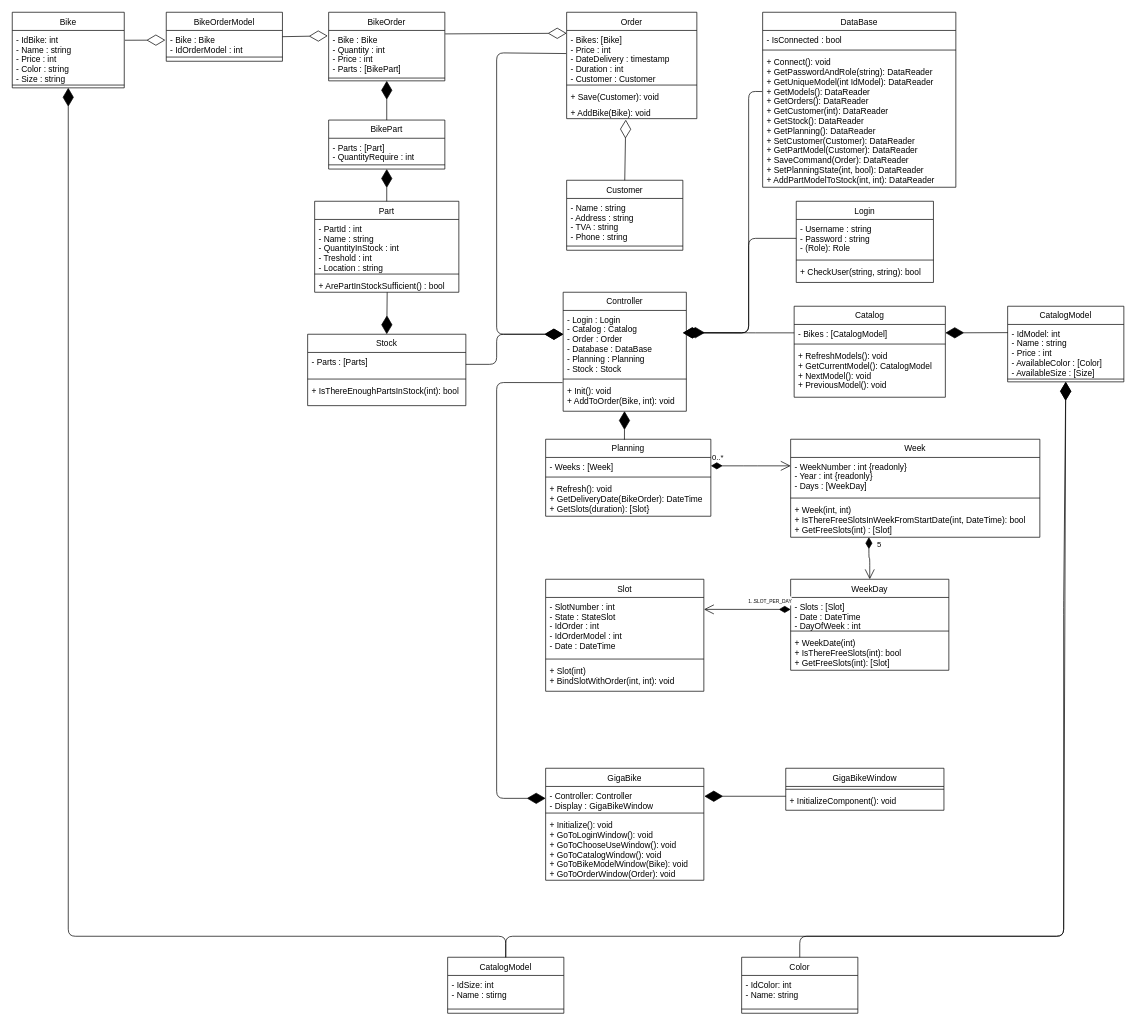
alex210501/GigaBike keeps this draw.io diagram as Diagrams/ClassDiagram.drawio. Above is the earlier version. Source tidied: cells renumbered, new cells numbered last; positions are measured from the earlier drawing's top-left corner, leaving out a move shared by most shapes. Both pictures are drawn from the tidied source at 70%, with x=0, y=0 at pixel (12, 12).
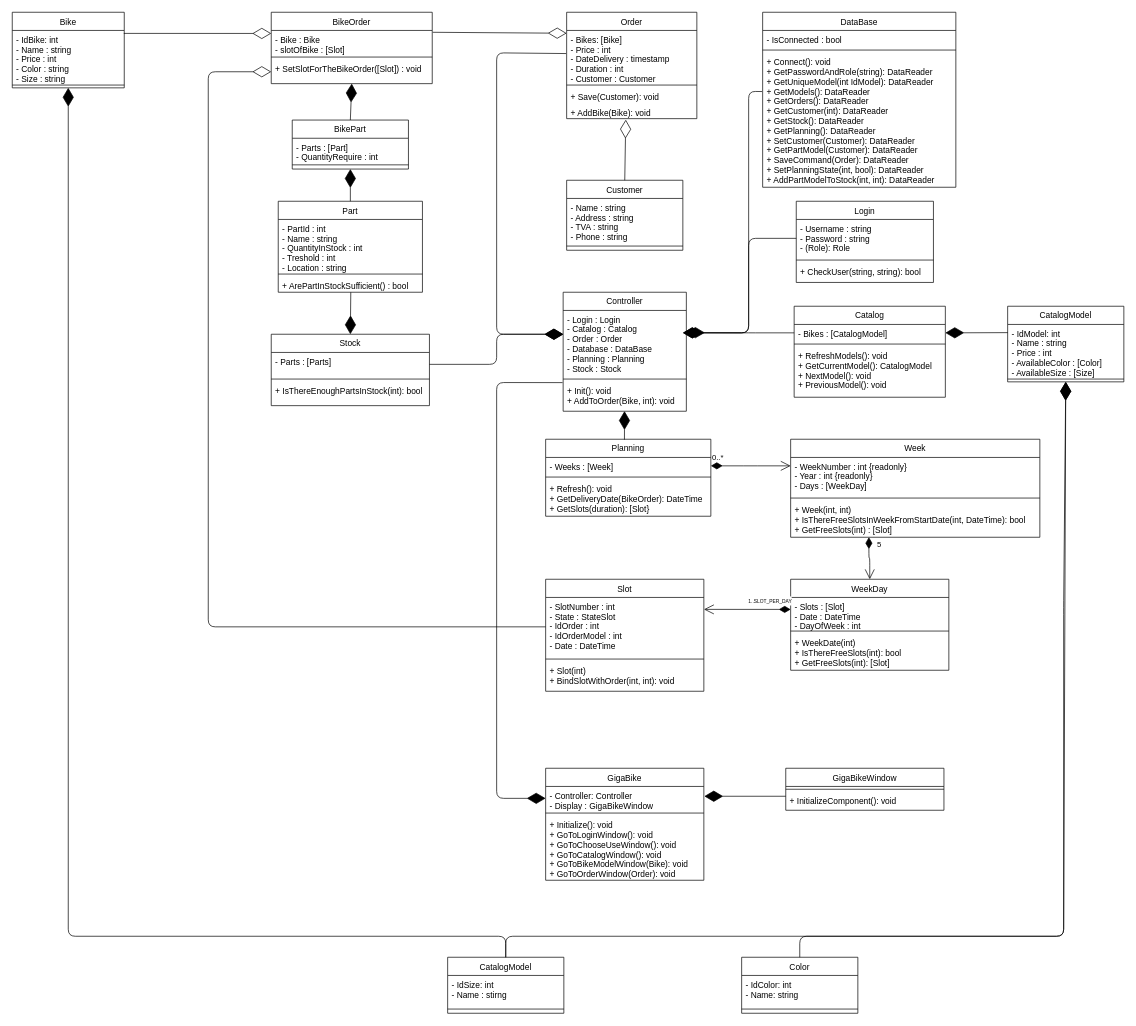
After the change.

Commit message (it also covers changes not shown here):
In the order recap page, display only the quantity of every bike

The change refers to these unchanged cells:
```xml
<mxCell id="24" value="- IdBike: int&#10;- Name : string&#10;- Price : int&#10;- Color : string&#10;- Size : string" style="text;align=left;verticalAlign=top;spacingLeft=4;spacingRight=4;overflow=hidden;points=[[0,0.5],[1,0.5]];portConstraint=eastwest;" parent="23" vertex="1">
  <mxGeometry y="26" width="160" height="74" as="geometry" />
</mxCell>
<mxCell id="75" value="- SlotNumber : int&#10;- State : StateSlot&#10;- IdOrder : int&#10;- IdOrderModel : int&#10;- Date : DateTime" style="text;align=left;verticalAlign=top;spacingLeft=4;spacingRight=4;overflow=hidden;points=[[0,0.5],[1,0.5]];portConstraint=eastwest;" parent="74" vertex="1">
  <mxGeometry y="26" width="226" height="84" as="geometry" />
</mxCell>
```

What changed in the source:
```diff
@@
     <mxCell id="61" value="BikeOrder" style="swimlane;fontStyle=0;align=center;verticalAlign=top;horizontal=1;startSize=26;rounded=0;shadow=0;strokeWidth=1;" parent="1" vertex="1">
-      <mxGeometry x="452" width="166" height="98" as="geometry" />
+      <mxGeometry x="370" width="230" height="102" as="geometry" />
     </mxCell>
-    <mxCell id="62" value="- Bike : Bike&#10;- Quantity : int&#10;- Price : int&#10;- Parts : [BikePart]" style="text;align=left;verticalAlign=top;spacingLeft=4;spacingRight=4;overflow=hidden;points=[[0,0.5],[1,0.5]];portConstraint=eastwest;" parent="61" vertex="1">
-      <mxGeometry y="26" width="166" height="64" as="geometry" />
+    <mxCell id="62" value="- Bike : Bike&#10;- slotOfBike : [Slot]&#10;" style="text;align=left;verticalAlign=top;spacingLeft=4;spacingRight=4;overflow=hidden;points=[[0,0.5],[1,0.5]];portConstraint=eastwest;" parent="61" vertex="1">
+      <mxGeometry y="26" width="230" height="34" as="geometry" />
     </mxCell>
     <mxCell id="63" style="line;html=1;strokeWidth=1;align=left;verticalAlign=middle;spacingTop=-1;spacingLeft=3;spacingRight=3;labelPosition=right;" parent="61" vertex="1">
-      <mxGeometry y="90" width="166" height="8" as="geometry" />
+      <mxGeometry y="60" width="230" height="8" as="geometry" />
     </mxCell>
-    <mxCell id="64" style="endArrow=diamondThin;endFill=0;endSize=24;html=1;entryX=-0.008;entryY=0.406;entryDx=0;entryDy=0;entryPerimeter=0;exitX=1.006;exitY=0.189;exitDx=0;exitDy=0;exitPerimeter=0;" parent="1" edge="1" source="24" target="97">
-      <mxGeometry relative="1" as="geometry" />
-    </mxCell>
+    <mxCell id="100" value="+ SetSlotForTheBikeOrder([Slot]) : void&#10;" style="text;align=left;verticalAlign=top;spacingLeft=4;spacingRight=4;overflow=hidden;points=[[0,0.5],[1,0.5]];portConstraint=eastwest;" parent="61" vertex="1">
+      <mxGeometry y="68" width="230" height="34" as="geometry" />
+    </mxCell>
@@
     <mxCell id="81" value="BikePart" style="swimlane;fontStyle=0;align=center;verticalAlign=top;horizontal=1;startSize=26;rounded=0;shadow=0;strokeWidth=1;" parent="1" vertex="1">
-      <mxGeometry x="452" y="154" width="166" height="70" as="geometry" />
+      <mxGeometry x="400" y="154" width="166" height="70" as="geometry" />
     </mxCell>
@@
     <mxCell id="84" value="Part" style="swimlane;fontStyle=0;align=center;verticalAlign=top;horizontal=1;startSize=26;rounded=0;shadow=0;strokeWidth=1;" parent="1" vertex="1">
-      <mxGeometry x="432" y="270" width="206" height="130" as="geometry" />
+      <mxGeometry x="380" y="270" width="206" height="130" as="geometry" />
     </mxCell>
@@
     <mxCell id="88" value="Stock" style="swimlane;fontStyle=0;align=center;verticalAlign=top;horizontal=1;startSize=26;rounded=0;shadow=0;strokeWidth=1;" parent="1" vertex="1">
-      <mxGeometry x="422" y="460" width="226" height="102" as="geometry" />
+      <mxGeometry x="370" y="460" width="226" height="102" as="geometry" />
     </mxCell>
@@
-    <mxCell id="96" value="BikeOrderModel" style="swimlane;fontStyle=0;align=center;verticalAlign=top;horizontal=1;startSize=26;rounded=0;shadow=0;strokeWidth=1;" parent="1" vertex="1">
-      <mxGeometry x="220" width="166" height="70" as="geometry" />
-    </mxCell>
-    <mxCell id="97" value="- Bike : Bike&#10;- IdOrderModel : int" style="text;align=left;verticalAlign=top;spacingLeft=4;spacingRight=4;overflow=hidden;points=[[0,0.5],[1,0.5]];portConstraint=eastwest;" parent="96" vertex="1">
-      <mxGeometry y="26" width="166" height="34" as="geometry" />
-    </mxCell>
-    <mxCell id="98" style="line;html=1;strokeWidth=1;align=left;verticalAlign=middle;spacingTop=-1;spacingLeft=3;spacingRight=3;labelPosition=right;" parent="96" vertex="1">
-      <mxGeometry y="60" width="166" height="8" as="geometry" />
-    </mxCell>
-    <mxCell id="99" style="endArrow=diamondThin;endFill=0;endSize=24;html=1;entryX=-0.008;entryY=0.121;entryDx=0;entryDy=0;entryPerimeter=0;exitX=1.006;exitY=0.189;exitDx=0;exitDy=0;exitPerimeter=0;" parent="1" edge="1" target="62">
-      <mxGeometry relative="1" as="geometry">
-        <mxPoint x="386" y="34.9" as="sourcePoint" />
-      </mxGeometry>
+    <mxCell id="99" style="endArrow=diamondThin;endFill=0;endSize=24;html=1;exitX=0.996;exitY=0.057;exitDx=0;exitDy=0;exitPerimeter=0;entryX=0;entryY=0.126;entryDx=0;entryDy=0;entryPerimeter=0;" parent="1" edge="1" source="24" target="62">
+      <mxGeometry relative="1" as="geometry" />
     </mxCell>
+    <mxCell id="101" style="endArrow=diamondThin;endFill=0;endSize=24;html=1;exitX=0;exitY=0.5;exitDx=0;exitDy=0;entryX=0;entryY=0.5;entryDx=0;entryDy=0;" parent="1" edge="1" source="75" target="100">
+      <mxGeometry relative="1" as="geometry">
+        <Array as="points">
+          <mxPoint x="280" y="878" />
+          <mxPoint x="280" y="85" />
+        </Array>
+      </mxGeometry>
+    </mxCell>
```
